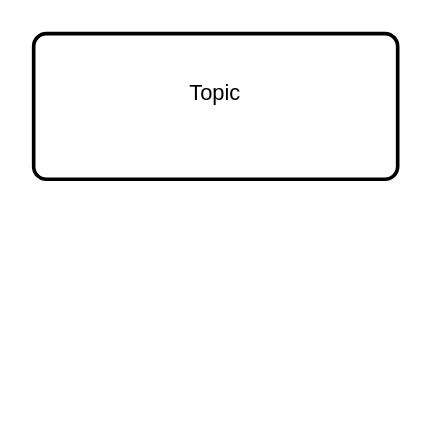
The draw.io diagram subway/subwayTopology.drawio in p-bear/charts.draw.io, before the edit. Source tidied: cells renumbered, new cells numbered last; positions are measured from the earlier drawing's top-left corner, leaving out a move shared by most shapes. Both pictures are drawn from the tidied source at 182%, with x=0, y=0 at pixel (33, 33).
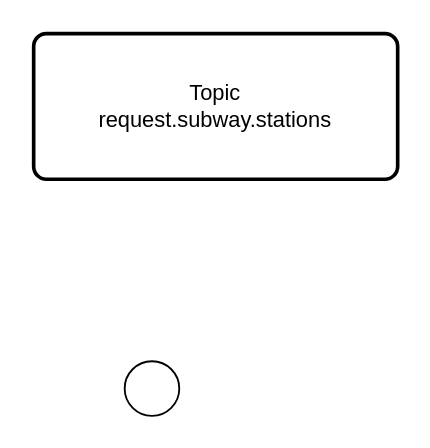
The same page after the edit.

Change to the diagram source:
```diff
@@
 <mxGraphModel>
   <root>
     <mxCell id="0" />
     <mxCell id="1" parent="0" />
-    <mxCell id="2" value="&lt;div&gt;Topic&lt;/div&gt;&lt;div&gt;&lt;br&gt;&lt;/div&gt;" style="rounded=1;whiteSpace=wrap;html=1;absoluteArcSize=1;arcSize=14;strokeWidth=2;" parent="1" vertex="1">
+    <mxCell id="2" value="&lt;div&gt;Topic&lt;/div&gt;&lt;div&gt;request.subway.stations&lt;/div&gt;" style="rounded=1;whiteSpace=wrap;html=1;absoluteArcSize=1;arcSize=14;strokeWidth=2;" parent="1" vertex="1">
       <mxGeometry width="200" height="80" as="geometry" />
     </mxCell>
+    <mxCell id="3" style="shape=ellipse;html=1;dashed=0;whiteSpace=wrap;perimeter=ellipsePerimeter;" parent="1" vertex="1">
+      <mxGeometry x="50" y="180" width="30" height="30" as="geometry" />
+    </mxCell>
   </root>
 </mxGraphModel>
```
